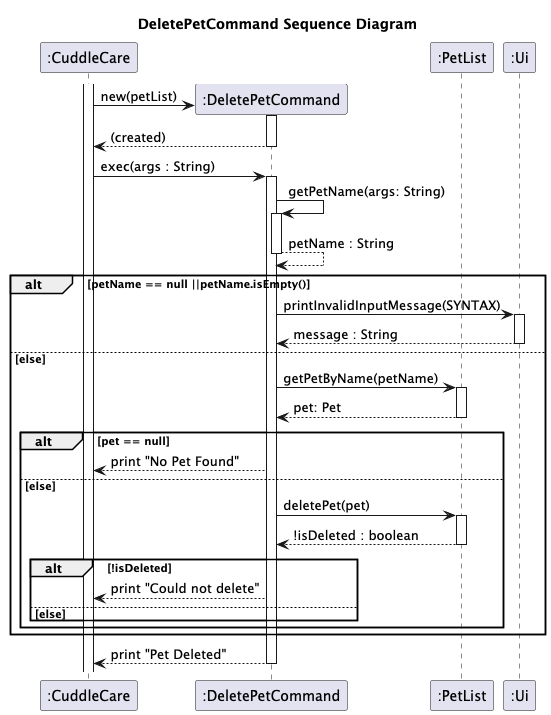
Earlier version of the PlantUML export docs/diagrams/DeletePetCommand_Sequence_Diagram.png (Kevin88866/tp).
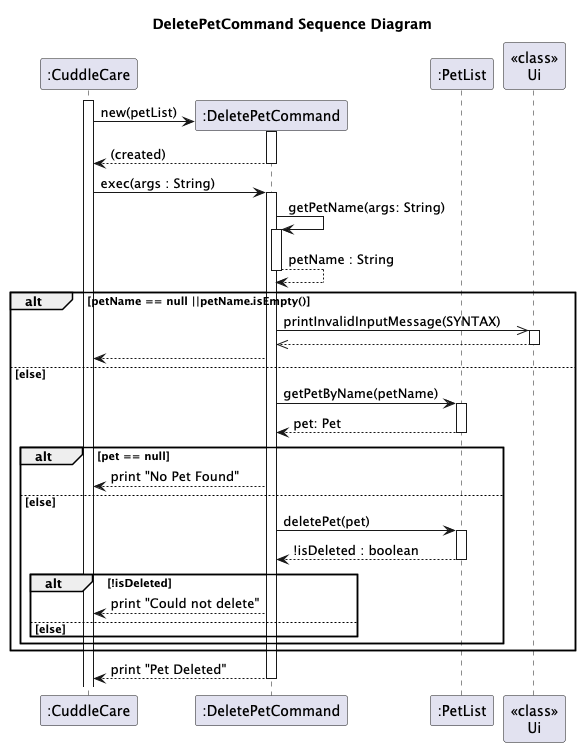
Above is the later version.

Commit message:
Update add and delete pet diagrams

The edit, as a diff of the source:
```diff
@@ -4,7 +4,7 @@
 participant ":CuddleCare" as CuddleCare
 participant ":DeletePetCommand" as DeletePetCommand
 participant ":PetList" as PetList
-participant ":Ui" as Ui
+participant "<<class>>\nUi" as Ui
 
 activate CuddleCare
 
@@ -20,9 +20,10 @@
 return petName : String
 
 alt petName == null ||petName.isEmpty()
-    DeletePetCommand -> Ui : printInvalidInputMessage(SYNTAX)
+    DeletePetCommand ->> Ui : printInvalidInputMessage(SYNTAX)
     activate Ui
-    return message : String
+    return
+    DeletePetCommand --> CuddleCare
 
 else else
     DeletePetCommand -> PetList : getPetByName(petName)
```
